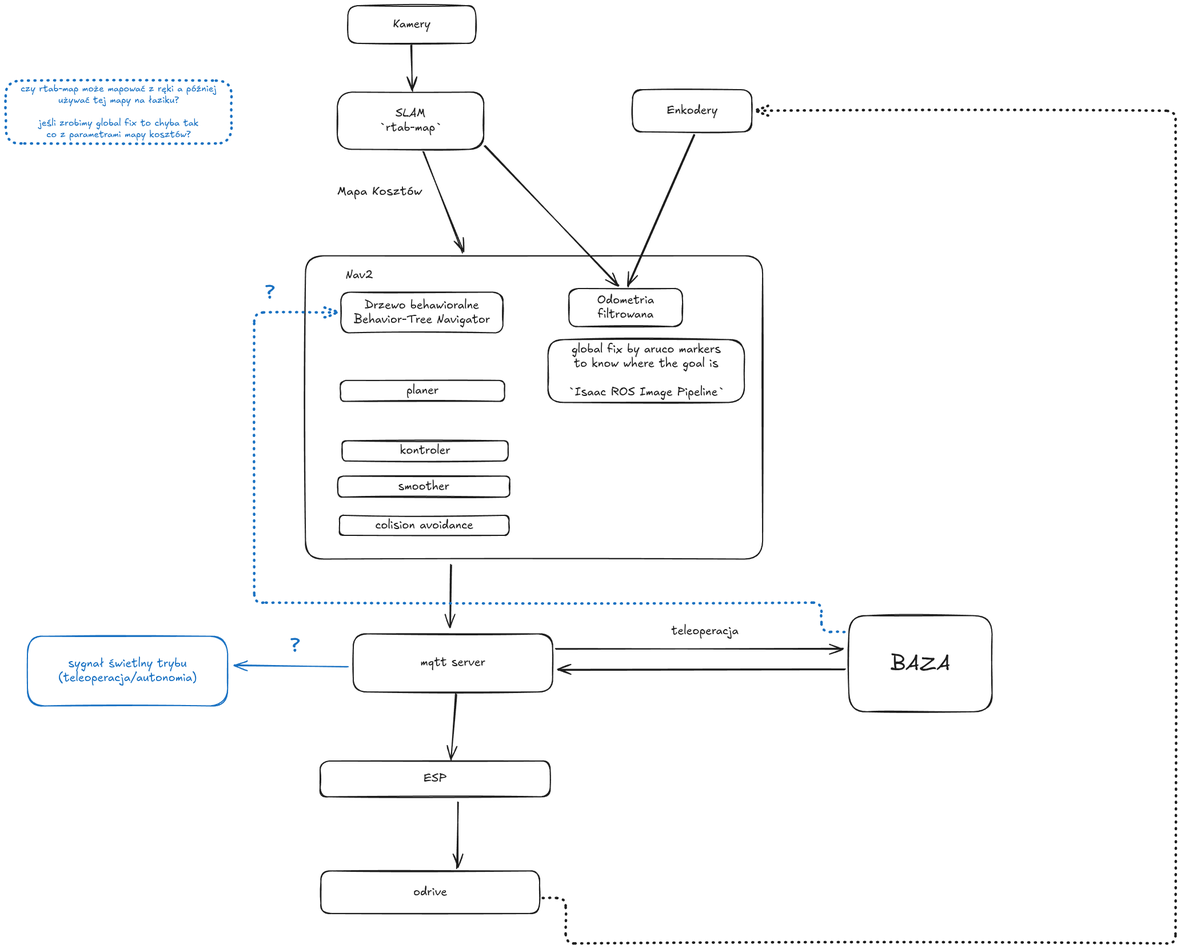
Above: PLAN.excalidraw.png in knmicrochip/ORION_VI_NAVIGATION_STACK (Excalidraw), before the change. Source tidied: one line per element, renumbered; positions are measured from the earlier drawing's top-left corner, leaving out a move shared by most shapes. Source of this version:
```json
{"id": 0, "type": "rectangle", "strokeColor": "#1e1e1e", "strokeWidth": 2, "roughness": 1, "round": true, "x": 599, "y": 0, "width": 224, "height": 66}
{"id": 1, "type": "text", "text": "Kamery", "strokeColor": "#1e1e1e", "strokeWidth": 2, "roughness": 1, "fontSize": 20, "fontFamily": 5, "textAlign": "center", "verticalAlign": "middle", "inside": 0, "x": 678, "y": 20, "width": 66, "height": 25}
{"id": 2, "type": "arrow", "strokeColor": "#1e1e1e", "strokeWidth": 2, "roughness": 1, "endArrowhead": "arrow", "round": true, "from": 0, "to": 3, "x": 710, "y": 69, "width": 3, "height": 80, "points": [[0, 0], [3, 80]]}
{"id": 3, "type": "rectangle", "strokeColor": "#1e1e1e", "strokeWidth": 2, "roughness": 1, "round": true, "x": 580, "y": 151, "width": 256, "height": 100}
{"id": 4, "type": "text", "text": "SLAM\n`rtab-map`", "strokeColor": "#1e1e1e", "strokeWidth": 2, "roughness": 1, "fontSize": 20, "fontFamily": 5, "textAlign": "center", "verticalAlign": "middle", "inside": 3, "x": 653, "y": 176, "width": 110, "height": 50}
{"id": 5, "type": "arrow", "strokeColor": "#1e1e1e", "strokeWidth": 2, "roughness": 1, "endArrowhead": "arrow", "round": true, "from": 3, "to": 7, "x": 731, "y": 255, "width": 68, "height": 177, "points": [[0, 0], [68, 177]]}
{"id": 6, "type": "text", "text": "Mapa Kosztów", "strokeColor": "#1e1e1e", "strokeWidth": 2, "roughness": 1, "fontSize": 21.39, "fontFamily": 5, "x": 580, "y": 312, "width": 149, "height": 27}
{"id": 7, "type": "rectangle", "strokeColor": "#1e1e1e", "strokeWidth": 2, "roughness": 1, "round": true, "x": 524, "y": 438, "width": 800, "height": 531}
{"id": 8, "type": "text", "text": "Nav2", "strokeColor": "#1e1e1e", "strokeWidth": 2, "roughness": 1, "fontSize": 20, "fontFamily": 5, "x": 595, "y": 459, "width": 48, "height": 25}
{"id": 9, "type": "rectangle", "strokeColor": "#1e1e1e", "strokeWidth": 2, "roughness": 1, "round": true, "x": 586, "y": 501, "width": 284, "height": 71}
{"id": 10, "type": "text", "text": "Drzewo behawioralne\nBehavior-Tree Navigator", "strokeColor": "#1e1e1e", "strokeWidth": 2, "roughness": 1, "fontSize": 20, "fontFamily": 5, "textAlign": "center", "verticalAlign": "middle", "inside": 9, "x": 609, "y": 512, "width": 239, "height": 50}
{"id": 11, "type": "rectangle", "strokeColor": "#1e1e1e", "strokeWidth": 2, "roughness": 1, "round": true, "x": 589, "y": 761, "width": 290, "height": 35}
{"id": 12, "type": "text", "text": "kontroler", "strokeColor": "#1e1e1e", "strokeWidth": 2, "roughness": 1, "fontSize": 20, "fontFamily": 5, "textAlign": "center", "verticalAlign": "middle", "inside": 11, "x": 690, "y": 767, "width": 88, "height": 25}
{"id": 13, "type": "rectangle", "strokeColor": "#1e1e1e", "strokeWidth": 2, "roughness": 1, "round": true, "x": 581, "y": 823, "width": 301, "height": 37}
{"id": 14, "type": "text", "text": "smoother", "strokeColor": "#1e1e1e", "strokeWidth": 2, "roughness": 1, "fontSize": 20, "fontFamily": 5, "textAlign": "center", "verticalAlign": "middle", "inside": 13, "x": 687, "y": 829, "width": 89, "height": 25}
{"id": 15, "type": "rectangle", "strokeColor": "#1e1e1e", "strokeWidth": 2, "roughness": 1, "round": true, "x": 584, "y": 892, "width": 297, "height": 35}
{"id": 16, "type": "text", "text": "colision avoidance", "strokeColor": "#1e1e1e", "strokeWidth": 2, "roughness": 1, "fontSize": 20, "fontFamily": 5, "textAlign": "center", "verticalAlign": "middle", "inside": 15, "x": 646, "y": 897, "width": 172, "height": 25}
{"id": 17, "type": "arrow", "strokeColor": "#1e1e1e", "strokeWidth": 2, "roughness": 1, "endArrowhead": "arrow", "round": true, "from": 21, "to": 19, "x": 1205, "y": 226, "width": 117, "height": 266, "points": [[0, 0], [-117, 266]]}
{"id": 18, "type": "arrow", "strokeColor": "#1e1e1e", "strokeWidth": 2, "roughness": 1, "endArrowhead": "arrow", "round": true, "from": 3, "to": 19, "x": 838, "y": 245, "width": 235, "height": 246, "points": [[0, 0], [235, 246]]}
{"id": 19, "type": "rectangle", "strokeColor": "#1e1e1e", "strokeWidth": 2, "roughness": 1, "round": true, "x": 985, "y": 495, "width": 198, "height": 67}
{"id": 20, "type": "text", "text": "Odometria\nfiltrowana", "strokeColor": "#1e1e1e", "strokeWidth": 2, "roughness": 1, "fontSize": 20, "fontFamily": 5, "textAlign": "center", "verticalAlign": "middle", "inside": 19, "x": 1035, "y": 503, "width": 100, "height": 50}
{"id": 21, "type": "rectangle", "strokeColor": "#1e1e1e", "strokeWidth": 2, "roughness": 1, "round": true, "x": 1097, "y": 147, "width": 209, "height": 74}
{"id": 22, "type": "text", "text": "Enkodery", "strokeColor": "#1e1e1e", "strokeWidth": 2, "roughness": 1, "fontSize": 20, "fontFamily": 5, "textAlign": "center", "verticalAlign": "middle", "inside": 21, "x": 1156, "y": 171, "width": 89, "height": 25}
{"id": 23, "type": "arrow", "strokeColor": "#1e1e1e", "strokeWidth": 2, "roughness": 1, "endArrowhead": "arrow", "round": true, "from": 7, "to": 24, "x": 780, "y": 980, "width": 2, "height": 108, "points": [[0, 0], [-2, 108]]}
{"id": 24, "type": "rectangle", "strokeColor": "#1e1e1e", "strokeWidth": 2, "roughness": 1, "round": true, "x": 608, "y": 1099, "width": 349, "height": 102}
{"id": 25, "type": "text", "text": "mqtt server", "strokeColor": "#1e1e1e", "strokeWidth": 2, "roughness": 1, "fontSize": 20, "fontFamily": 5, "textAlign": "center", "verticalAlign": "middle", "inside": 24, "x": 726, "y": 1138, "width": 113, "height": 25}
{"id": 26, "type": "rectangle", "strokeColor": "#1e1e1e", "strokeWidth": 2, "roughness": 1, "round": true, "x": 949, "y": 584, "width": 344, "height": 110}
{"id": 27, "type": "text", "text": "global fix by aruco markers\nto know where the goal is\n\n`Isaac ROS Image Pipeline`", "strokeColor": "#1e1e1e", "strokeWidth": 2, "roughness": 1, "fontSize": 20, "fontFamily": 5, "textAlign": "center", "verticalAlign": "middle", "inside": 26, "x": 984, "y": 589, "width": 274, "height": 100}
{"id": 28, "type": "arrow", "strokeColor": "#1e1e1e", "strokeWidth": 2, "roughness": 1, "endArrowhead": "arrow", "round": true, "from": 30, "to": 24, "x": 1468, "y": 1163, "width": 501, "height": 1, "points": [[0, 0], [-501, -1]]}
{"id": 29, "type": "arrow", "strokeColor": "#1e1e1e", "strokeWidth": 2, "roughness": 1, "endArrowhead": "arrow", "round": true, "from": 24, "to": 30, "x": 962, "y": 1126, "width": 503, "height": 2, "points": [[0, 0], [503, -2]]}
{"id": 30, "type": "rectangle", "strokeColor": "#1e1e1e", "strokeWidth": 2, "roughness": 1, "round": true, "x": 1475, "y": 1068, "width": 250, "height": 168}
{"id": 31, "type": "text", "text": "BAZA", "strokeColor": "#1e1e1e", "strokeWidth": 2, "roughness": 1, "fontSize": 36, "fontFamily": 5, "textAlign": "center", "verticalAlign": "middle", "inside": 30, "x": 1548, "y": 1129, "width": 105, "height": 45}
{"id": 32, "type": "text", "text": "teleoperacja", "strokeColor": "#1e1e1e", "strokeWidth": 2, "roughness": 1, "fontSize": 20, "fontFamily": 5, "x": 1164, "y": 1083, "width": 118, "height": 25}
{"id": 33, "type": "arrow", "strokeColor": "#1971c2", "strokeWidth": 2, "roughness": 1, "endArrowhead": "arrow", "round": true, "from": 24, "to": 34, "x": 598, "y": 1156, "width": 199, "height": 2, "points": [[0, 0], [-199, -2]]}
{"id": 34, "type": "rectangle", "strokeColor": "#1971c2", "strokeWidth": 2, "roughness": 1, "round": true, "x": 38, "y": 1104, "width": 350, "height": 122}
{"id": 35, "type": "text", "text": "sygnał świetlny trybu\n(teleoperacja/autonomia)", "strokeColor": "#1971c2", "strokeWidth": 2, "roughness": 1, "fontSize": 20, "fontFamily": 5, "textAlign": "center", "verticalAlign": "middle", "inside": 34, "x": 92, "y": 1140, "width": 242, "height": 50}
{"id": 36, "type": "rectangle", "strokeColor": "#1e1e1e", "strokeWidth": 2, "roughness": 1, "round": true, "x": 551, "y": 1514, "width": 383, "height": 75}
{"id": 37, "type": "text", "text": "odrive", "strokeColor": "#1e1e1e", "strokeWidth": 2, "roughness": 1, "fontSize": 20, "fontFamily": 5, "textAlign": "center", "verticalAlign": "middle", "inside": 36, "x": 713, "y": 1539, "width": 59, "height": 25}
{"id": 38, "type": "rectangle", "strokeColor": "#1e1e1e", "strokeWidth": 2, "roughness": 1, "round": true, "x": 550, "y": 1322, "width": 402, "height": 63}
{"id": 39, "type": "text", "text": "ESP", "strokeColor": "#1e1e1e", "strokeWidth": 2, "roughness": 1, "fontSize": 20, "fontFamily": 5, "textAlign": "center", "verticalAlign": "middle", "inside": 38, "x": 731, "y": 1341, "width": 41, "height": 25}
{"id": 40, "type": "arrow", "strokeColor": "#1e1e1e", "strokeWidth": 2, "roughness": 1, "endArrowhead": "arrow", "round": true, "from": 24, "to": 38, "x": 787, "y": 1204, "width": 9, "height": 116, "points": [[0, 0], [-9, 116]]}
{"id": 41, "type": "arrow", "strokeColor": "#1e1e1e", "strokeWidth": 2, "roughness": 1, "endArrowhead": "arrow", "round": true, "from": 38, "to": 36, "x": 791, "y": 1393, "width": 1, "height": 116, "points": [[0, 0], [-1, 116]]}
{"id": 42, "type": "arrow", "strokeColor": "#1e1e1e", "strokeWidth": 4, "strokeStyle": "dotted", "roughness": 1, "endArrowhead": "arrow", "from": 36, "x": 939, "y": 1562, "width": 1107, "height": 1457, "points": [[0, 0], [40, 0], [40, 80], [1107, 80], [1107, -1378], [371, -1378]]}
{"id": 43, "type": "arrow", "strokeColor": "#1971c2", "strokeWidth": 4, "strokeStyle": "dotted", "roughness": 1, "endArrowhead": "arrow", "from": 30, "to": 9, "x": 1467, "y": 1096, "width": 1032, "height": 559, "points": [[0, 0], [-40, 0], [-40, -51], [-1032, -51], [-1032, -559], [-886, -559]]}
{"id": 44, "type": "text", "text": "?", "strokeColor": "#1971c2", "strokeWidth": 4, "strokeStyle": "dotted", "roughness": 1, "fontSize": 36, "fontFamily": 5, "x": 454, "y": 482, "width": 17, "height": 45}
{"id": 45, "type": "text", "text": "?", "strokeColor": "#1971c2", "strokeWidth": 4, "strokeStyle": "dotted", "roughness": 1, "fontSize": 36, "fontFamily": 5, "x": 498, "y": 1099, "width": 17, "height": 45}
{"id": 46, "type": "rectangle", "strokeColor": "#1971c2", "strokeWidth": 4, "strokeStyle": "dotted", "roughness": 1, "round": true, "x": 0, "y": 131, "width": 395, "height": 110}
{"id": 47, "type": "text", "text": "czy rtab-map może mapować z ręki a później\nużywać tej mapy na łaziku?\n\njeśli zrobimy global fix to chyba tak\nco z parametrami mapy kosztów?", "strokeColor": "#1971c2", "strokeWidth": 4, "strokeStyle": "dotted", "roughness": 1, "fontSize": 16, "fontFamily": 5, "textAlign": "center", "verticalAlign": "middle", "inside": 46, "x": 26, "y": 136, "width": 342, "height": 100}
{"id": 48, "type": "rectangle", "strokeColor": "#1e1e1e", "strokeWidth": 2, "roughness": 1, "round": true, "x": 585, "y": 656, "width": 287, "height": 37}
{"id": 49, "type": "text", "text": "planer", "strokeColor": "#1e1e1e", "strokeWidth": 2, "roughness": 1, "fontSize": 20, "fontFamily": 5, "textAlign": "center", "verticalAlign": "middle", "inside": 48, "x": 701, "y": 662, "width": 56, "height": 25}
```
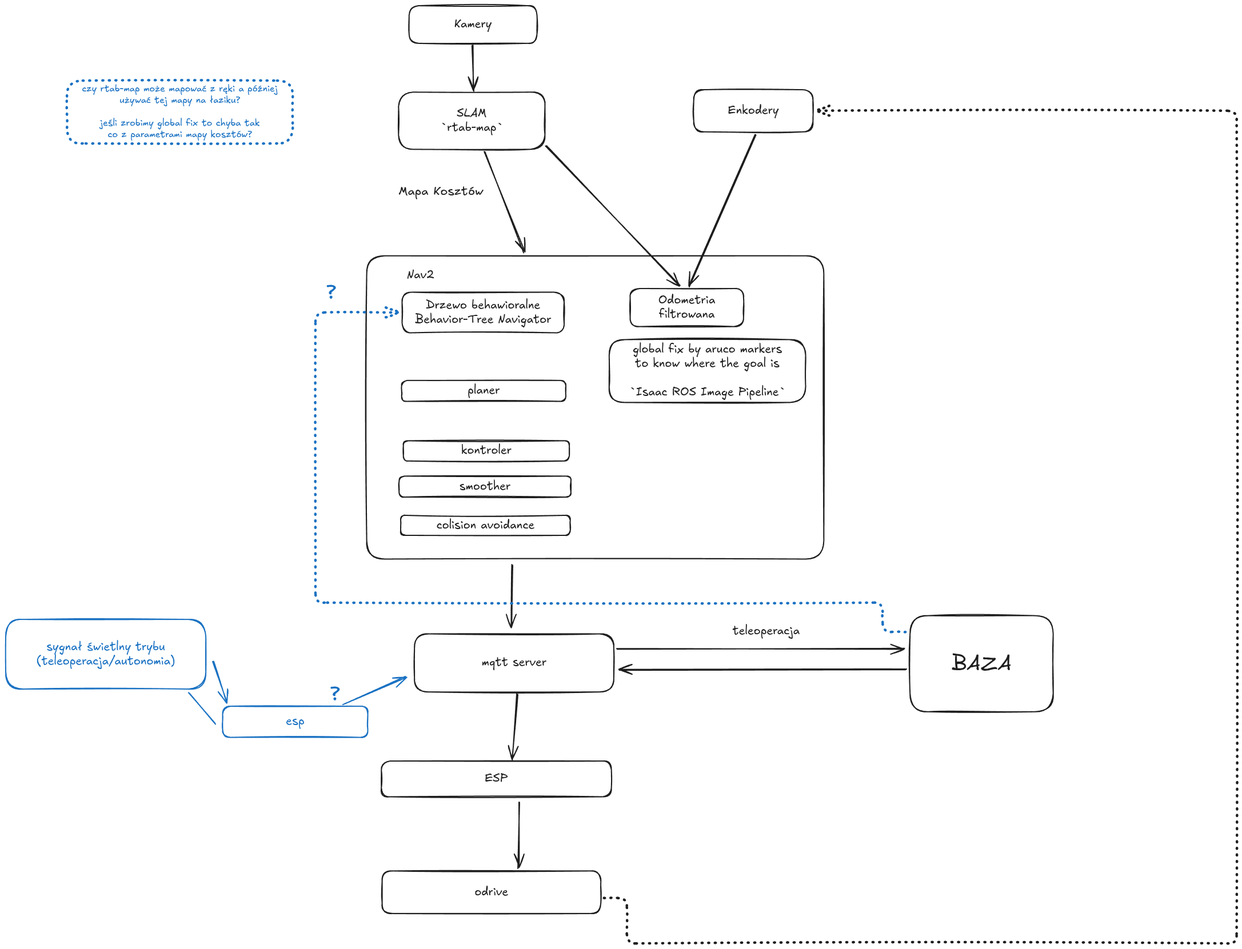
After the commit.

The edit, as a diff of the source:
```diff
@@ -31,9 +31,9 @@
 {"id": 30, "type": "rectangle", "strokeColor": "#1e1e1e", "strokeWidth": 2, "roughness": 1, "round": true, "x": 1475, "y": 1068, "width": 250, "height": 168}
 {"id": 31, "type": "text", "text": "BAZA", "strokeColor": "#1e1e1e", "strokeWidth": 2, "roughness": 1, "fontSize": 36, "fontFamily": 5, "textAlign": "center", "verticalAlign": "middle", "inside": 30, "x": 1548, "y": 1129, "width": 105, "height": 45}
 {"id": 32, "type": "text", "text": "teleoperacja", "strokeColor": "#1e1e1e", "strokeWidth": 2, "roughness": 1, "fontSize": 20, "fontFamily": 5, "x": 1164, "y": 1083, "width": 118, "height": 25}
-{"id": 33, "type": "arrow", "strokeColor": "#1971c2", "strokeWidth": 2, "roughness": 1, "endArrowhead": "arrow", "round": true, "from": 24, "to": 34, "x": 598, "y": 1156, "width": 199, "height": 2, "points": [[0, 0], [-199, -2]]}
+{"id": 33, "type": "arrow", "strokeColor": "#1971c2", "strokeWidth": 2, "roughness": 1, "endArrowhead": "arrow", "round": true, "from": 34, "to": 50, "x": 255, "y": 1147, "width": 24, "height": 73, "points": [[0, 0], [24, 73]]}
-{"id": 34, "type": "rectangle", "strokeColor": "#1971c2", "strokeWidth": 2, "roughness": 1, "round": true, "x": 38, "y": 1104, "width": 350, "height": 122}
+{"id": 34, "type": "rectangle", "strokeColor": "#1971c2", "strokeWidth": 2, "roughness": 1, "round": true, "x": -107, "y": 1074, "width": 350, "height": 122}
-{"id": 35, "type": "text", "text": "sygnał świetlny trybu\n(teleoperacja/autonomia)", "strokeColor": "#1971c2", "strokeWidth": 2, "roughness": 1, "fontSize": 20, "fontFamily": 5, "textAlign": "center", "verticalAlign": "middle", "inside": 34, "x": 92, "y": 1140, "width": 242, "height": 50}
+{"id": 35, "type": "text", "text": "sygnał świetlny trybu\n(teleoperacja/autonomia)", "strokeColor": "#1971c2", "strokeWidth": 2, "roughness": 1, "fontSize": 20, "fontFamily": 5, "textAlign": "center", "verticalAlign": "middle", "inside": 34, "x": -53, "y": 1110, "width": 242, "height": 50}
 {"id": 36, "type": "rectangle", "strokeColor": "#1e1e1e", "strokeWidth": 2, "roughness": 1, "round": true, "x": 551, "y": 1514, "width": 383, "height": 75}
 {"id": 37, "type": "text", "text": "odrive", "strokeColor": "#1e1e1e", "strokeWidth": 2, "roughness": 1, "fontSize": 20, "fontFamily": 5, "textAlign": "center", "verticalAlign": "middle", "inside": 36, "x": 713, "y": 1539, "width": 59, "height": 25}
 {"id": 38, "type": "rectangle", "strokeColor": "#1e1e1e", "strokeWidth": 2, "roughness": 1, "round": true, "x": 550, "y": 1322, "width": 402, "height": 63}
@@ -43,8 +43,12 @@
 {"id": 42, "type": "arrow", "strokeColor": "#1e1e1e", "strokeWidth": 4, "strokeStyle": "dotted", "roughness": 1, "endArrowhead": "arrow", "from": 36, "x": 939, "y": 1562, "width": 1107, "height": 1457, "points": [[0, 0], [40, 0], [40, 80], [1107, 80], [1107, -1378], [371, -1378]]}
 {"id": 43, "type": "arrow", "strokeColor": "#1971c2", "strokeWidth": 4, "strokeStyle": "dotted", "roughness": 1, "endArrowhead": "arrow", "from": 30, "to": 9, "x": 1467, "y": 1096, "width": 1032, "height": 559, "points": [[0, 0], [-40, 0], [-40, -51], [-1032, -51], [-1032, -559], [-886, -559]]}
 {"id": 44, "type": "text", "text": "?", "strokeColor": "#1971c2", "strokeWidth": 4, "strokeStyle": "dotted", "roughness": 1, "fontSize": 36, "fontFamily": 5, "x": 454, "y": 482, "width": 17, "height": 45}
-{"id": 45, "type": "text", "text": "?", "strokeColor": "#1971c2", "strokeWidth": 4, "strokeStyle": "dotted", "roughness": 1, "fontSize": 36, "fontFamily": 5, "x": 498, "y": 1099, "width": 17, "height": 45}
+{"id": 45, "type": "text", "text": "?", "strokeColor": "#1971c2", "strokeWidth": 4, "strokeStyle": "dotted", "roughness": 1, "fontSize": 36, "fontFamily": 5, "x": 461, "y": 1184, "width": 17, "height": 45}
 {"id": 46, "type": "rectangle", "strokeColor": "#1971c2", "strokeWidth": 4, "strokeStyle": "dotted", "roughness": 1, "round": true, "x": 0, "y": 131, "width": 395, "height": 110}
 {"id": 47, "type": "text", "text": "czy rtab-map może mapować z ręki a później\nużywać tej mapy na łaziku?\n\njeśli zrobimy global fix to chyba tak\nco z parametrami mapy kosztów?", "strokeColor": "#1971c2", "strokeWidth": 4, "strokeStyle": "dotted", "roughness": 1, "fontSize": 16, "fontFamily": 5, "textAlign": "center", "verticalAlign": "middle", "inside": 46, "x": 26, "y": 136, "width": 342, "height": 100}
 {"id": 48, "type": "rectangle", "strokeColor": "#1e1e1e", "strokeWidth": 2, "roughness": 1, "round": true, "x": 585, "y": 656, "width": 287, "height": 37}
 {"id": 49, "type": "text", "text": "planer", "strokeColor": "#1e1e1e", "strokeWidth": 2, "roughness": 1, "fontSize": 20, "fontFamily": 5, "textAlign": "center", "verticalAlign": "middle", "inside": 48, "x": 701, "y": 662, "width": 56, "height": 25}
+{"id": 50, "type": "rectangle", "strokeColor": "#1971c2", "strokeWidth": 2, "roughness": 1, "round": true, "x": 272, "y": 1226, "width": 254, "height": 55}
+{"id": 51, "type": "text", "text": "esp", "strokeColor": "#1971c2", "strokeWidth": 2, "roughness": 1, "fontSize": 20, "fontFamily": 5, "textAlign": "center", "verticalAlign": "middle", "inside": 50, "x": 383, "y": 1241, "width": 32, "height": 25}
+{"id": 52, "type": "arrow", "strokeColor": "#1971c2", "strokeWidth": 2, "roughness": 1, "endArrowhead": "arrow", "round": true, "from": 50, "to": 24, "x": 483, "y": 1223, "width": 110, "height": 49, "points": [[0, 0], [110, -49]]}
+{"id": 53, "type": "line", "strokeColor": "#1971c2", "strokeWidth": 2, "roughness": 1, "round": true, "x": 214, "y": 1203, "width": 45, "height": 54, "points": [[0, 0], [45, 54]]}
```
